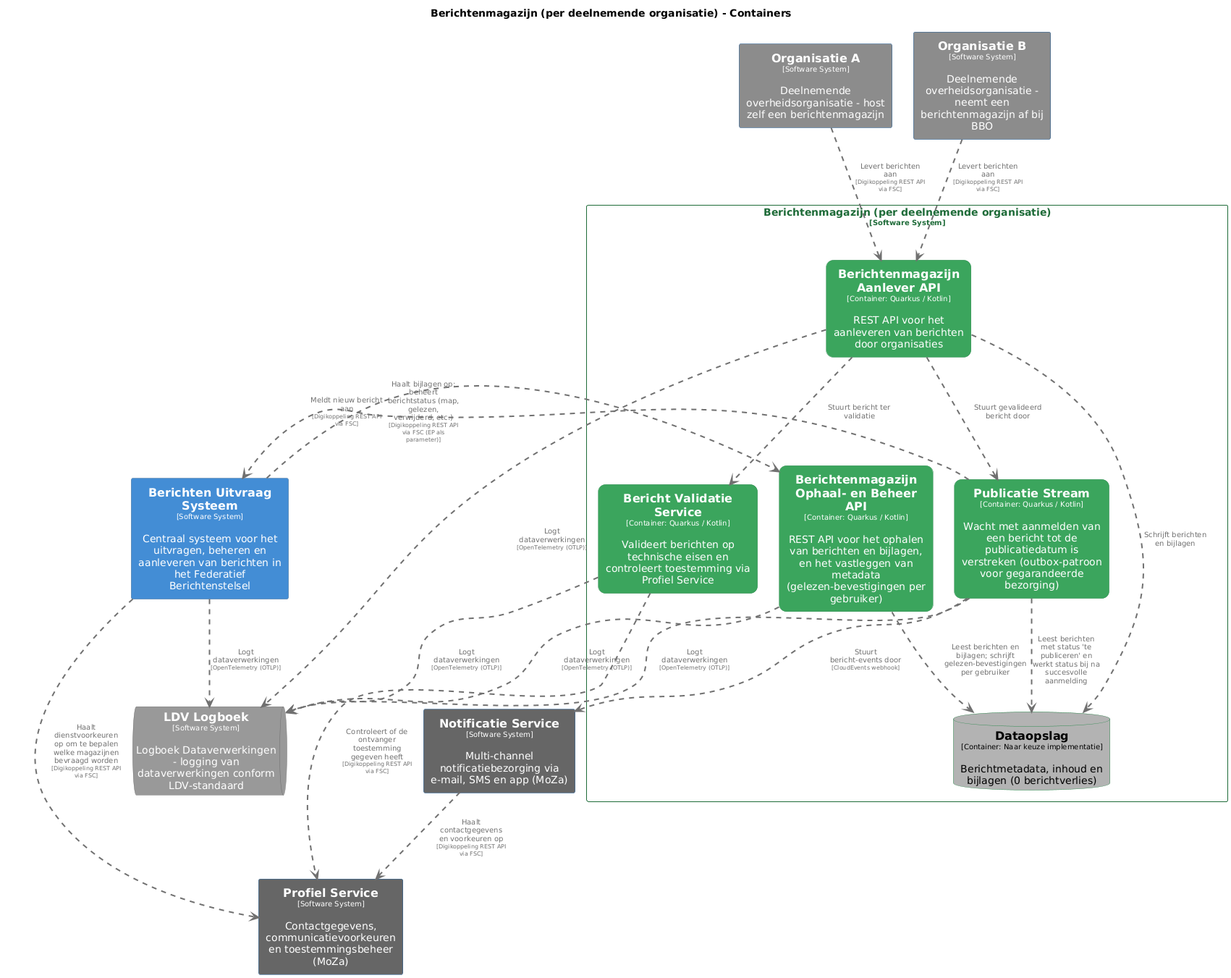
Before: pr-preview/pr-22/master/png/BerichtenmagazijnContainers.png, a diagram exported from PlantUML (MinBZK/moza-poc-fbs-berichtenbox).
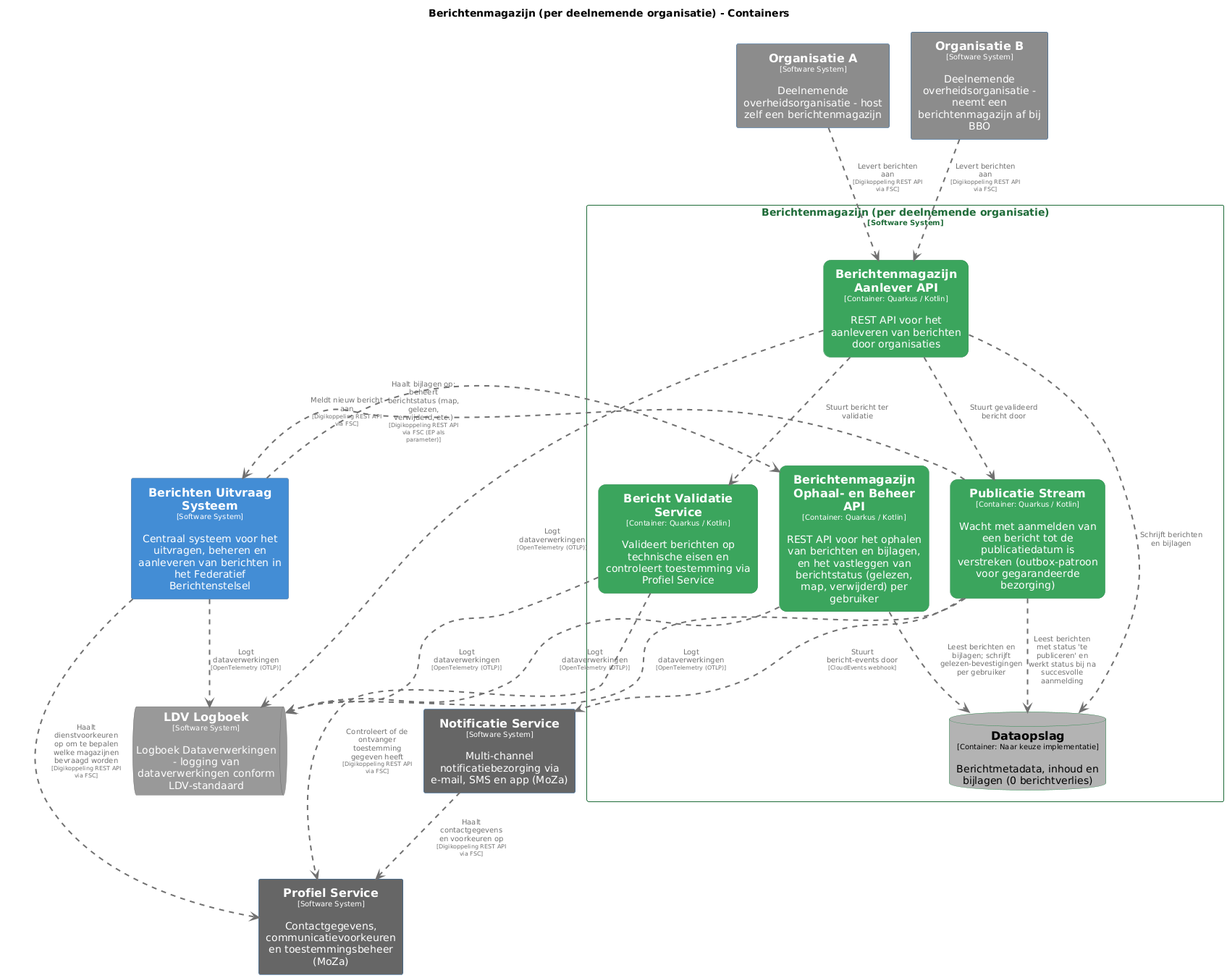
The same file after the commit.

The edit, as a diff of the source:
```diff
@@ -99,7 +99,7 @@
 queue "==LDV Logboek\n<size:10>[Software System]</size>\n\nLogboek Dataverwerkingen - logging van dataverwerkingen conform LDV-standaard" <<LDVLogboek>> as LDVLogboek
 
 rectangle "Berichtenmagazijn (per deelnemende organisatie)\n<size:10>[Software System]</size>" <<Berichtenmagazijnperdeelnemendeorganisatie>> {
-  rectangle "==Berichtenmagazijn Ophaal- en Beheer API\n<size:10>[Container: Quarkus / Kotlin]</size>\n\nREST API voor het ophalen van berichten en bijlagen, en het vastleggen van metadata (gelezen-bevestigingen per gebruiker)" <<Berichtenmagazijnperdeelnemendeorganisatie.BerichtenmagazijnOphaalenBeheerAPI>> as Berichtenmagazijnperdeelnemendeorganisatie.BerichtenmagazijnOphaalenBeheerAPI
+  rectangle "==Berichtenmagazijn Ophaal- en Beheer API\n<size:10>[Container: Quarkus / Kotlin]</size>\n\nREST API voor het ophalen van berichten en bijlagen, en het vastleggen van berichtstatus (gelezen, map, verwijderd) per gebruiker" <<Berichtenmagazijnperdeelnemendeorganisatie.BerichtenmagazijnOphaalenBeheerAPI>> as Berichtenmagazijnperdeelnemendeorganisatie.BerichtenmagazijnOphaalenBeheerAPI
   rectangle "==Berichtenmagazijn Aanlever API\n<size:10>[Container: Quarkus / Kotlin]</size>\n\nREST API voor het aanleveren van berichten door organisaties" <<Berichtenmagazijnperdeelnemendeorganisatie.BerichtenmagazijnAanleverAPI>> as Berichtenmagazijnperdeelnemendeorganisatie.BerichtenmagazijnAanleverAPI
   database "==Dataopslag\n<size:10>[Container: Naar keuze implementatie]</size>\n\nBerichtmetadata, inhoud en bijlagen (0 berichtverlies)" <<Berichtenmagazijnperdeelnemendeorganisatie.Dataopslag>> as Berichtenmagazijnperdeelnemendeorganisatie.Dataopslag
   rectangle "==Bericht Validatie Service\n<size:10>[Container: Quarkus / Kotlin]</size>\n\nValideert berichten op technische eisen en controleert toestemming via Profiel Service" <<Berichtenmagazijnperdeelnemendeorganisatie.BerichtValidatieService>> as Berichtenmagazijnperdeelnemendeorganisatie.BerichtValidatieService
```
